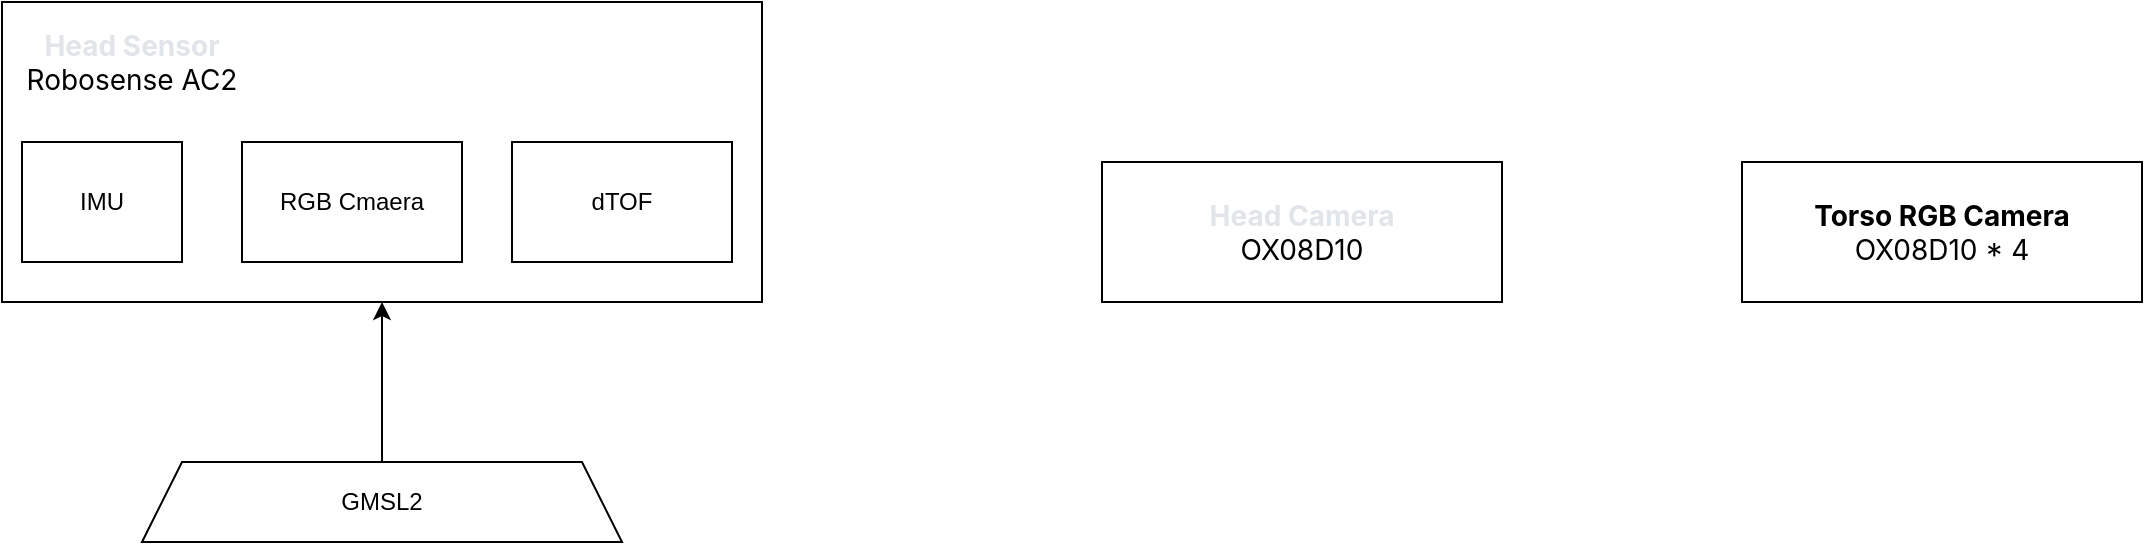
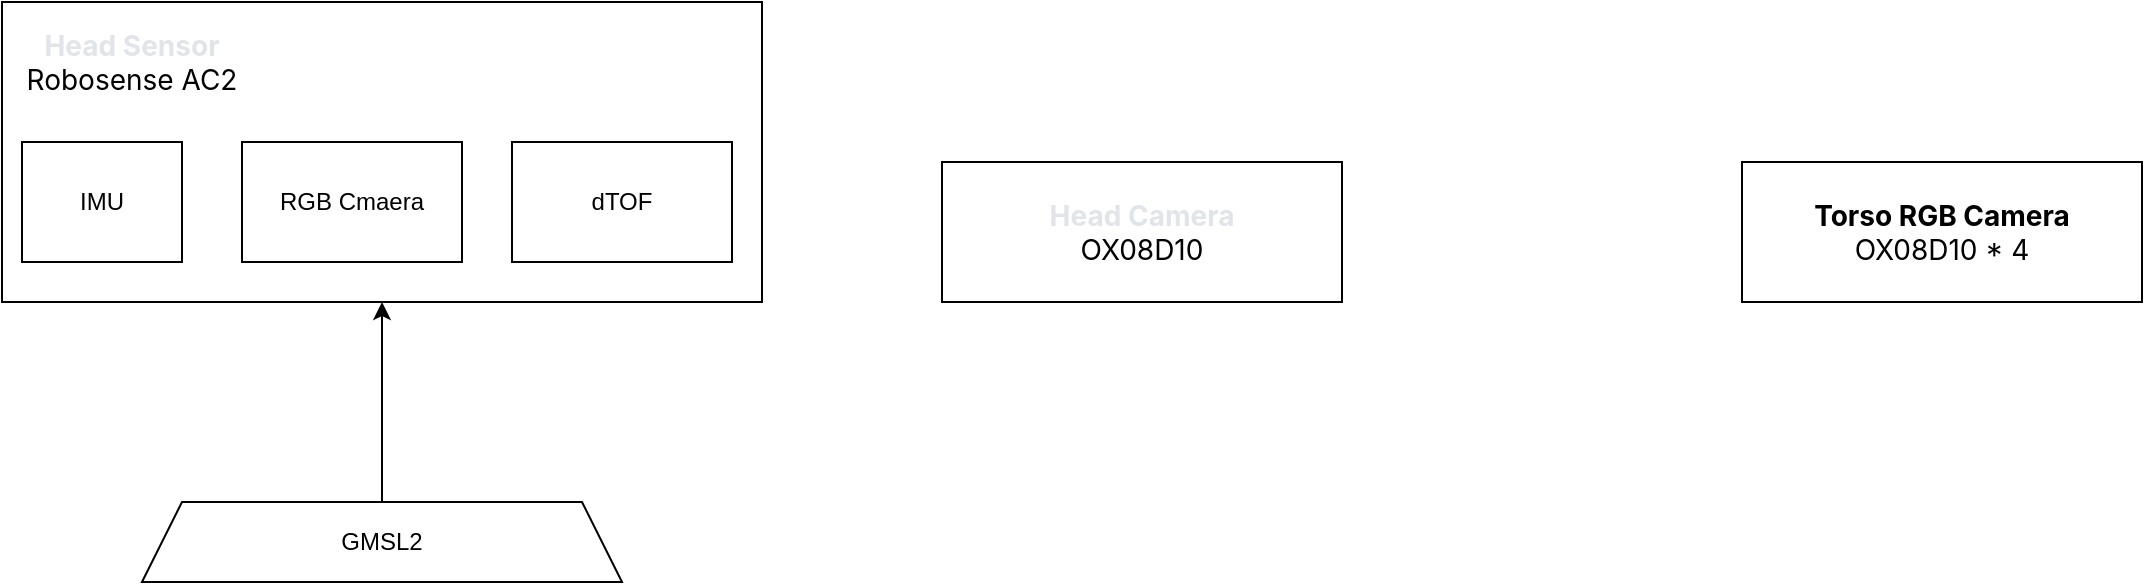
<mxfile host="app.diagrams.net">
  <diagram name="第 1 页" id="LXRXHt9DRMbfsnbOX2XS">
    <mxGraphModel dx="1947" dy="734" grid="1" gridSize="10" guides="1" tooltips="1" connect="1" arrows="1" fold="1" page="1" pageScale="1" pageWidth="827" pageHeight="1169" math="0" shadow="0">
      <root>
        <mxCell id="0" />
        <mxCell id="1" parent="0" />
        <mxCell id="if_Ictj8y_H9tt94Ulmm-2" parent="1" style="rounded=0;whiteSpace=wrap;html=1;" value="" vertex="1">
          <mxGeometry height="150" width="380" x="-380" y="130" as="geometry" />
        </mxCell>
        <mxCell id="if_Ictj8y_H9tt94Ulmm-3" parent="1" style="rounded=0;whiteSpace=wrap;html=1;align=center;" value="&lt;div style=&quot;&quot;&gt;&lt;span style=&quot;font-family: -apple-system, BlinkMacSystemFont, &amp;quot;Segoe WPC&amp;quot;, &amp;quot;Segoe UI&amp;quot;, system-ui, Ubuntu, &amp;quot;Droid Sans&amp;quot;, sans-serif; font-size: 14px;&quot;&gt;&lt;b&gt;Torso RGB Camera&lt;/b&gt;&lt;/span&gt;&lt;span style=&quot;background-color: transparent; color: light-dark(rgb(0, 0, 0), rgb(255, 255, 255)); font-size: 14px;&quot;&gt;&lt;font face=&quot;-apple-system, BlinkMacSystemFont, Segoe WPC, Segoe UI, system-ui, Ubuntu, Droid Sans, sans-serif&quot;&gt;&lt;/font&gt;&lt;/span&gt;&lt;/div&gt;&lt;div style=&quot;&quot;&gt;&lt;span style=&quot;background-color: transparent; color: light-dark(rgb(0, 0, 0), rgb(255, 255, 255)); font-size: 14px;&quot;&gt;&lt;font face=&quot;-apple-system, BlinkMacSystemFont, Segoe WPC, Segoe UI, system-ui, Ubuntu, Droid Sans, sans-serif&quot;&gt;OX08D10 * 4&lt;/font&gt;&lt;/span&gt;&lt;/div&gt;" vertex="1">
          <mxGeometry height="70" width="200" x="490" y="210" as="geometry" />
        </mxCell>
        <mxCell id="0J0jtPP8bCpQZUBdG7A1-1" parent="1" style="rounded=0;whiteSpace=wrap;html=1;" value="&lt;div&gt;&lt;span style=&quot;font-family: -apple-system, BlinkMacSystemFont, &amp;quot;Segoe WPC&amp;quot;, &amp;quot;Segoe UI&amp;quot;, system-ui, Ubuntu, &amp;quot;Droid Sans&amp;quot;, sans-serif; font-size: 14px; text-align: start;&quot;&gt;&lt;font style=&quot;color: light-dark(rgb(225, 228, 232), rgb(255, 255, 255));&quot;&gt;&lt;b&gt;Head Camera&lt;/b&gt;&lt;/font&gt;&lt;/span&gt;&lt;/div&gt;&lt;div&gt;&lt;span style=&quot;font-family: -apple-system, BlinkMacSystemFont, &amp;quot;Segoe WPC&amp;quot;, &amp;quot;Segoe UI&amp;quot;, system-ui, Ubuntu, &amp;quot;Droid Sans&amp;quot;, sans-serif; font-size: 14px; text-align: start;&quot;&gt;OX08D10&lt;/span&gt;&lt;/div&gt;" vertex="1">
-           <mxGeometry height="70" width="200" x="170" y="210" as="geometry" />
+           <mxGeometry height="70" width="200" x="90" y="210" as="geometry" />
        </mxCell>
        <mxCell id="0J0jtPP8bCpQZUBdG7A1-2" parent="1" style="rounded=0;whiteSpace=wrap;html=1;" value="IMU" vertex="1">
          <mxGeometry height="60" width="80" x="-370" y="200" as="geometry" />
        </mxCell>
        <mxCell id="0J0jtPP8bCpQZUBdG7A1-6" parent="1" style="rounded=0;whiteSpace=wrap;html=1;" value="RGB Cmaera" vertex="1">
          <mxGeometry height="60" width="110" x="-260" y="200" as="geometry" />
        </mxCell>
        <mxCell id="0J0jtPP8bCpQZUBdG7A1-8" parent="1" style="rounded=0;whiteSpace=wrap;html=1;" value="dTOF" vertex="1">
          <mxGeometry height="60" width="110" x="-125" y="200" as="geometry" />
        </mxCell>
        <mxCell id="0J0jtPP8bCpQZUBdG7A1-10" parent="1" style="text;html=1;whiteSpace=wrap;strokeColor=none;fillColor=none;align=center;verticalAlign=middle;rounded=0;" value="&lt;div&gt;&lt;span style=&quot;font-family: -apple-system, BlinkMacSystemFont, &amp;quot;Segoe WPC&amp;quot;, &amp;quot;Segoe UI&amp;quot;, system-ui, Ubuntu, &amp;quot;Droid Sans&amp;quot;, sans-serif; font-size: 14px; text-align: start;&quot;&gt;&lt;font style=&quot;color: light-dark(rgb(225, 228, 232), rgb(255, 255, 255));&quot;&gt;&lt;b&gt;Head Sensor&lt;/b&gt;&lt;/font&gt;&lt;/span&gt;&lt;/div&gt;&lt;div&gt;&lt;span style=&quot;font-family: -apple-system, BlinkMacSystemFont, &amp;quot;Segoe WPC&amp;quot;, &amp;quot;Segoe UI&amp;quot;, system-ui, Ubuntu, &amp;quot;Droid Sans&amp;quot;, sans-serif; font-size: 14px; text-align: start;&quot;&gt;Robosense AC2&lt;/span&gt;&lt;/div&gt;" vertex="1">
          <mxGeometry height="60" width="130" x="-380" y="130" as="geometry" />
        </mxCell>
        <mxCell id="0J0jtPP8bCpQZUBdG7A1-12" edge="1" parent="1" source="0J0jtPP8bCpQZUBdG7A1-11" style="edgeStyle=orthogonalEdgeStyle;rounded=0;orthogonalLoop=1;jettySize=auto;html=1;exitX=0.5;exitY=0;exitDx=0;exitDy=0;entryX=0.5;entryY=1;entryDx=0;entryDy=0;" target="if_Ictj8y_H9tt94Ulmm-2">
          <mxGeometry relative="1" as="geometry" />
        </mxCell>
        <mxCell id="0J0jtPP8bCpQZUBdG7A1-11" parent="1" style="shape=trapezoid;perimeter=trapezoidPerimeter;whiteSpace=wrap;html=1;fixedSize=1;" value="GMSL2" vertex="1">
-           <mxGeometry height="40" width="240" x="-310" y="360" as="geometry" />
+           <mxGeometry height="40" width="240" x="-310" y="380" as="geometry" />
        </mxCell>
      </root>
    </mxGraphModel>
  </diagram>
</mxfile>
